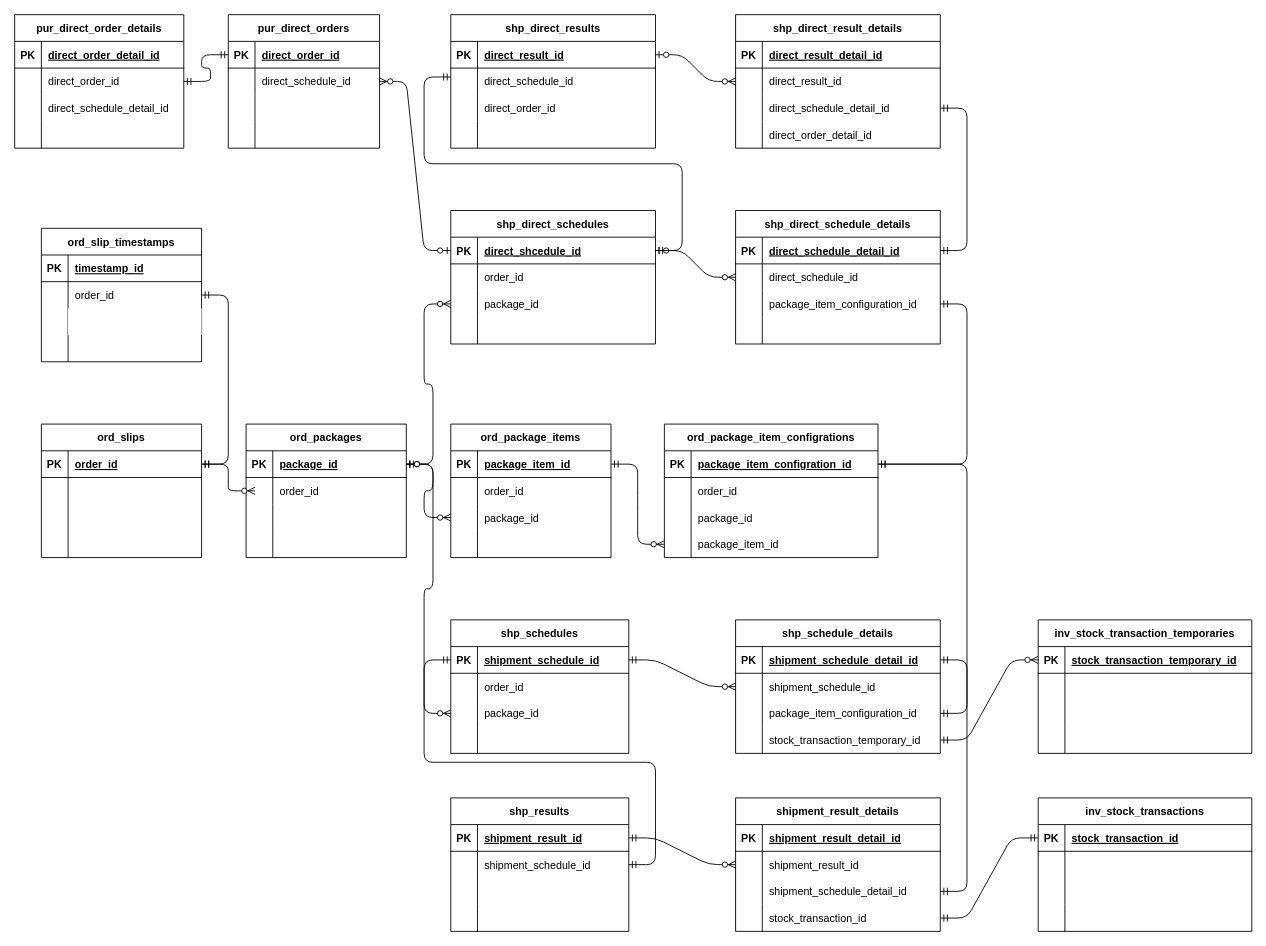
Above: doc/ER/ExpaAppsShipmentER.dio in tn1014/ExpaAppsDBM (draw.io), before the change. Source tidied: cells renumbered, new cells numbered last; positions are measured from the earlier drawing's top-left corner, leaving out a move shared by most shapes. Both pictures are drawn from the tidied source at 89%, with x=0, y=0 at pixel (14, 14).
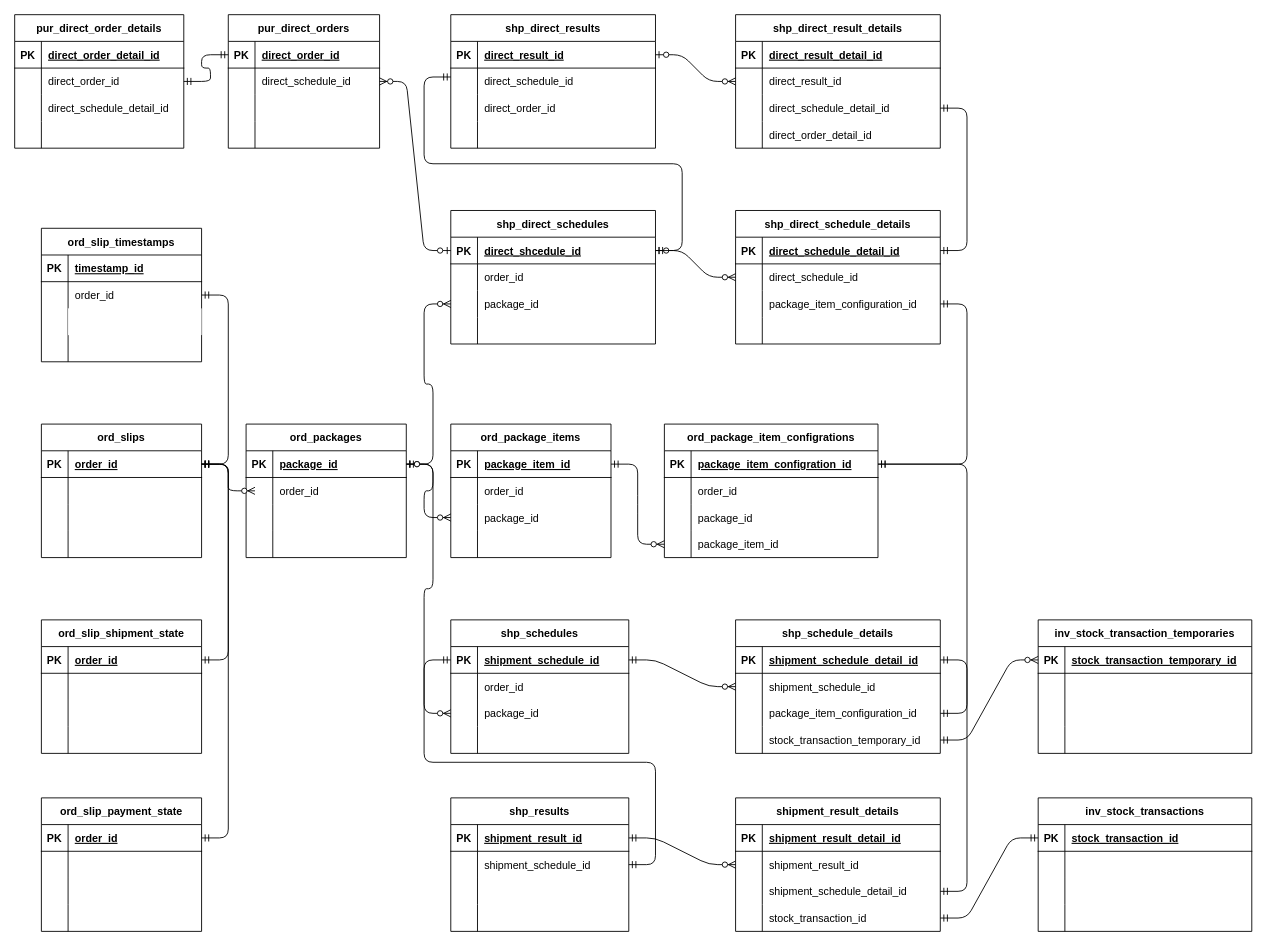
The same page after the edit.

The change refers to these unchanged cells:
```xml
<mxCell id="16" style="shape=tableRow;horizontal=0;startSize=0;swimlaneHead=0;swimlaneBody=0;fillColor=none;points=[[0,0.5],[1,0.5]];portConstraint=eastwest;top=0;left=0;right=0;bottom=1;" parent="15" vertex="1">
  <mxGeometry y="30" width="180" height="30" as="geometry" />
</mxCell>
```

The edit, as a diff of the source:
```diff
@@
+    <mxCell id="243" value="ord_slip_shipment_state" style="shape=table;startSize=30;childLayout=tableLayout;rowLines=0;fontStyle=1;align=center;" parent="1" vertex="1">
+      <mxGeometry x="30" y="680" width="180" height="150" as="geometry" />
+    </mxCell>
+    <mxCell id="244" style="shape=tableRow;horizontal=0;startSize=0;swimlaneHead=0;swimlaneBody=0;fillColor=none;points=[[0,0.5],[1,0.5]];portConstraint=eastwest;top=0;left=0;right=0;bottom=1;" parent="243" vertex="1">
+      <mxGeometry y="30" width="180" height="30" as="geometry" />
+    </mxCell>
+    <mxCell id="245" value="PK" style="shape=partialRectangle;fillColor=none;top=0;left=0;bottom=0;right=0;fontStyle=1;overflow=hidden;" parent="244" vertex="1">
+      <mxGeometry width="30" height="30" as="geometry" />
+    </mxCell>
+    <mxCell id="246" value="order_id" style="shape=partialRectangle;fillColor=none;top=0;left=0;bottom=0;right=0;align=left;spacingLeft=6;fontStyle=5;overflow=hidden;" parent="244" vertex="1">
+      <mxGeometry x="30" width="150" height="30" as="geometry" />
+    </mxCell>
+    <mxCell id="247" style="shape=tableRow;horizontal=0;startSize=0;swimlaneHead=0;swimlaneBody=0;fillColor=none;top=0;left=0;right=0;bottom=0;" parent="243" vertex="1">
+      <mxGeometry y="60" width="180" height="30" as="geometry" />
+    </mxCell>
+    <mxCell id="248" style="shape=partialRectangle;fillColor=none;top=0;left=0;bottom=0;right=0;overflow=hidden;" parent="247" vertex="1">
+      <mxGeometry width="30" height="30" as="geometry" />
+    </mxCell>
+    <mxCell id="249" style="shape=partialRectangle;fillColor=none;top=0;left=0;bottom=0;right=0;align=left;spacingLeft=6;overflow=hidden;" parent="247" vertex="1">
+      <mxGeometry x="30" width="150" height="30" as="geometry" />
+    </mxCell>
+    <mxCell id="250" style="shape=tableRow;horizontal=0;startSize=0;swimlaneHead=0;swimlaneBody=0;fillColor=none;top=0;left=0;right=0;bottom=0;" parent="243" vertex="1">
+      <mxGeometry y="90" width="180" height="30" as="geometry" />
+    </mxCell>
+    <mxCell id="251" style="shape=partialRectangle;fillColor=none;top=0;left=0;bottom=0;right=0;overflow=hidden;" parent="250" vertex="1">
+      <mxGeometry width="30" height="30" as="geometry" />
+    </mxCell>
+    <mxCell id="252" style="shape=partialRectangle;fillColor=none;top=0;left=0;bottom=0;right=0;align=left;spacingLeft=6;overflow=hidden;" parent="250" vertex="1">
+      <mxGeometry x="30" width="150" height="30" as="geometry" />
+    </mxCell>
+    <mxCell id="253" style="shape=tableRow;horizontal=0;startSize=0;swimlaneHead=0;swimlaneBody=0;fillColor=none;top=0;left=0;right=0;bottom=0;" parent="243" vertex="1">
+      <mxGeometry y="120" width="180" height="30" as="geometry" />
+    </mxCell>
+    <mxCell id="254" style="shape=partialRectangle;fillColor=none;top=0;left=0;bottom=0;right=0;overflow=hidden;" parent="253" vertex="1">
+      <mxGeometry width="30" height="30" as="geometry" />
+    </mxCell>
+    <mxCell id="255" style="shape=partialRectangle;fillColor=none;top=0;left=0;bottom=0;right=0;align=left;spacingLeft=6;overflow=hidden;" parent="253" vertex="1">
+      <mxGeometry x="30" width="150" height="30" as="geometry" />
+    </mxCell>
+    <mxCell id="256" value="ord_slip_payment_state" style="shape=table;startSize=30;childLayout=tableLayout;rowLines=0;fontStyle=1;align=center;" parent="1" vertex="1">
+      <mxGeometry x="30" y="880" width="180" height="150" as="geometry" />
+    </mxCell>
+    <mxCell id="257" style="shape=tableRow;horizontal=0;startSize=0;swimlaneHead=0;swimlaneBody=0;fillColor=none;points=[[0,0.5],[1,0.5]];portConstraint=eastwest;top=0;left=0;right=0;bottom=1;" parent="256" vertex="1">
+      <mxGeometry y="30" width="180" height="30" as="geometry" />
+    </mxCell>
+    <mxCell id="258" value="PK" style="shape=partialRectangle;fillColor=none;top=0;left=0;bottom=0;right=0;fontStyle=1;overflow=hidden;" parent="257" vertex="1">
+      <mxGeometry width="30" height="30" as="geometry" />
+    </mxCell>
+    <mxCell id="259" value="order_id" style="shape=partialRectangle;fillColor=none;top=0;left=0;bottom=0;right=0;align=left;spacingLeft=6;fontStyle=5;overflow=hidden;" parent="257" vertex="1">
+      <mxGeometry x="30" width="150" height="30" as="geometry" />
+    </mxCell>
+    <mxCell id="260" style="shape=tableRow;horizontal=0;startSize=0;swimlaneHead=0;swimlaneBody=0;fillColor=none;top=0;left=0;right=0;bottom=0;" parent="256" vertex="1">
+      <mxGeometry y="60" width="180" height="30" as="geometry" />
+    </mxCell>
+    <mxCell id="261" style="shape=partialRectangle;fillColor=none;top=0;left=0;bottom=0;right=0;overflow=hidden;" parent="260" vertex="1">
+      <mxGeometry width="30" height="30" as="geometry" />
+    </mxCell>
+    <mxCell id="262" style="shape=partialRectangle;fillColor=none;top=0;left=0;bottom=0;right=0;align=left;spacingLeft=6;overflow=hidden;" parent="260" vertex="1">
+      <mxGeometry x="30" width="150" height="30" as="geometry" />
+    </mxCell>
+    <mxCell id="263" style="shape=tableRow;horizontal=0;startSize=0;swimlaneHead=0;swimlaneBody=0;fillColor=none;top=0;left=0;right=0;bottom=0;" parent="256" vertex="1">
+      <mxGeometry y="90" width="180" height="30" as="geometry" />
+    </mxCell>
+    <mxCell id="264" style="shape=partialRectangle;fillColor=none;top=0;left=0;bottom=0;right=0;overflow=hidden;" parent="263" vertex="1">
+      <mxGeometry width="30" height="30" as="geometry" />
+    </mxCell>
+    <mxCell id="265" style="shape=partialRectangle;fillColor=none;top=0;left=0;bottom=0;right=0;align=left;spacingLeft=6;overflow=hidden;" parent="263" vertex="1">
+      <mxGeometry x="30" width="150" height="30" as="geometry" />
+    </mxCell>
+    <mxCell id="266" style="shape=tableRow;horizontal=0;startSize=0;swimlaneHead=0;swimlaneBody=0;fillColor=none;top=0;left=0;right=0;bottom=0;" parent="256" vertex="1">
+      <mxGeometry y="120" width="180" height="30" as="geometry" />
+    </mxCell>
+    <mxCell id="267" style="shape=partialRectangle;fillColor=none;top=0;left=0;bottom=0;right=0;overflow=hidden;" parent="266" vertex="1">
+      <mxGeometry width="30" height="30" as="geometry" />
+    </mxCell>
+    <mxCell id="268" style="shape=partialRectangle;fillColor=none;top=0;left=0;bottom=0;right=0;align=left;spacingLeft=6;overflow=hidden;" parent="266" vertex="1">
+      <mxGeometry x="30" width="150" height="30" as="geometry" />
+    </mxCell>
+    <mxCell id="269" style="edgeStyle=entityRelationEdgeStyle;fontSize=12;html=1;endArrow=ERmandOne;startArrow=ERmandOne;entryX=1;entryY=0.5;entryDx=0;entryDy=0;" parent="1" edge="1" source="257" target="16">
+      <mxGeometry relative="1" as="geometry" />
+    </mxCell>
+    <mxCell id="270" style="edgeStyle=entityRelationEdgeStyle;fontSize=12;html=1;endArrow=ERmandOne;startArrow=ERmandOne;exitX=1;exitY=0.5;exitDx=0;exitDy=0;entryX=1;entryY=0.5;entryDx=0;entryDy=0;" parent="1" edge="1" source="244" target="16">
+      <mxGeometry relative="1" as="geometry" />
+    </mxCell>
```
